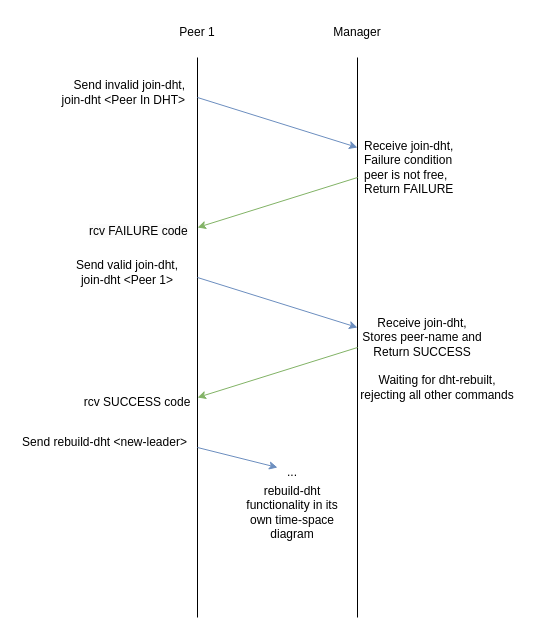
TalonRoberts/cse360_helloworld keeps this draw.io diagram as joinDHT.drawio. Above is the earlier version. Source tidied: cells renumbered, new cells numbered last; positions are measured from the earlier drawing's top-left corner, leaving out a move shared by most shapes. Both pictures are drawn from the tidied source at 100%, with x=0, y=0 at pixel (17, 17).
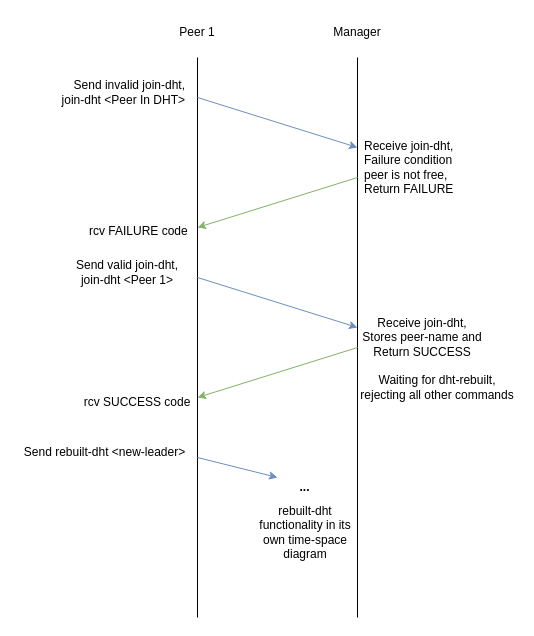
The same diagram, later.

What changed in the source:
```diff
@@
-    <mxCell id="13" value="Send rebuild-dht &amp;lt;new-leader&amp;gt;" style="text;strokeColor=none;align=center;fillColor=none;html=1;verticalAlign=middle;whiteSpace=wrap;rounded=0;" parent="1" vertex="1">
-      <mxGeometry y="410" width="175" height="30" as="geometry" />
+    <mxCell id="13" value="Send rebuilt-dht &amp;lt;new-leader&amp;gt;" style="text;strokeColor=none;align=center;fillColor=none;html=1;verticalAlign=middle;whiteSpace=wrap;rounded=0;" parent="1" vertex="1">
+      <mxGeometry y="420" width="175" height="30" as="geometry" />
     </mxCell>
     <mxCell id="14" style="endArrow=classic;html=1;rounded=0;fillColor=#dae8fc;strokeColor=#6c8ebf;" parent="1" edge="1">
       <mxGeometry relative="1" as="geometry">
-        <mxPoint x="180" y="430" as="sourcePoint" />
-        <mxPoint x="260" y="450" as="targetPoint" />
+        <mxPoint x="180" y="440" as="sourcePoint" />
+        <mxPoint x="260" y="460" as="targetPoint" />
       </mxGeometry>
     </mxCell>
@@
-    <mxCell id="19" value="..." style="text;strokeColor=none;align=center;fillColor=none;html=1;verticalAlign=middle;whiteSpace=wrap;rounded=0;" parent="1" vertex="1">
-      <mxGeometry x="220" y="440" width="110" height="30" as="geometry" />
+    <mxCell id="19" value="&lt;b&gt;...&lt;/b&gt;" style="text;strokeColor=none;align=center;fillColor=none;html=1;verticalAlign=middle;whiteSpace=wrap;rounded=0;" parent="1" vertex="1">
+      <mxGeometry x="270" y="455" width="35" height="30" as="geometry" />
     </mxCell>
-    <mxCell id="20" value="rebuild-dht functionality in its own time-space diagram" style="text;strokeColor=none;align=center;fillColor=none;html=1;verticalAlign=middle;whiteSpace=wrap;rounded=0;" parent="1" vertex="1">
-      <mxGeometry x="225" y="480" width="100" height="30" as="geometry" />
+    <mxCell id="20" value="rebuilt-dht functionality in its own time-space diagram" style="text;strokeColor=none;align=center;fillColor=none;html=1;verticalAlign=middle;whiteSpace=wrap;rounded=0;" parent="1" vertex="1">
+      <mxGeometry x="237.5" y="500" width="100" height="30" as="geometry" />
     </mxCell>
```
